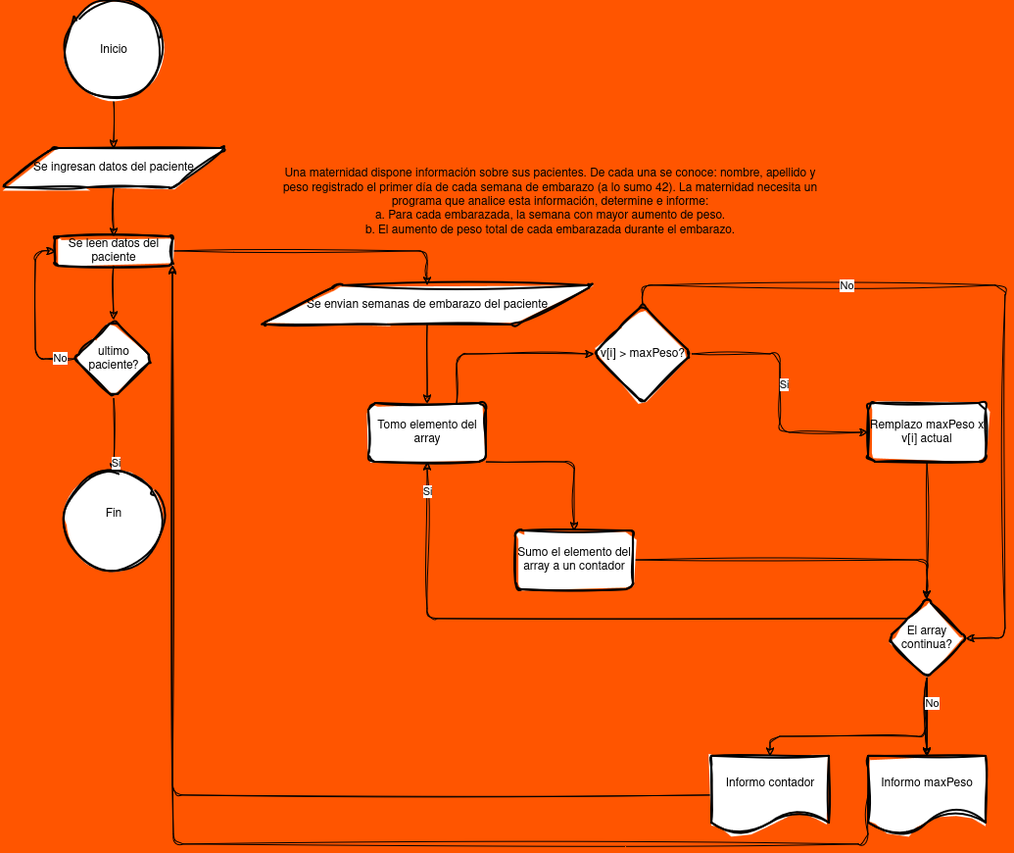
The draw.io diagram primero/CADP/Ejercicio4/diagrama.png in FrancoBanis/facultadInformatica-unlp, before a commit. Source tidied: cells renumbered, new cells last; positions are measured from the earlier drawing's top-left corner, leaving out a move shared by most shapes.
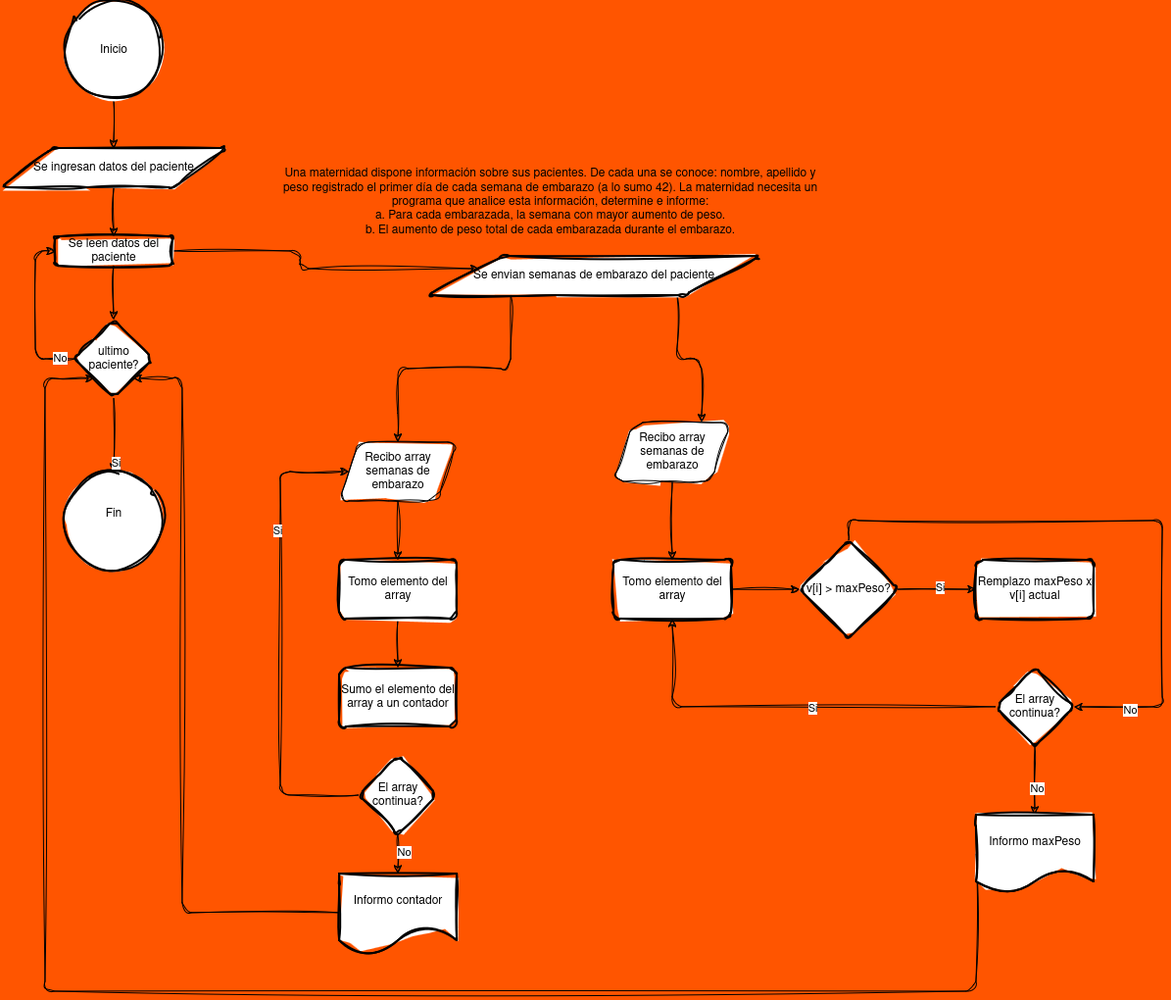
Later version of the same file.

The edit, as a diff of the source:
```diff
@@ -20,114 +20,15 @@
     <mxCell id="7" value="Se ingresan datos del paciente" style="shape=parallelogram;html=1;strokeWidth=2;perimeter=parallelogramPerimeter;whiteSpace=wrap;rounded=1;arcSize=12;size=0.23;sketch=1;curveFitting=1;jiggle=2;" parent="1" vertex="1">
       <mxGeometry y="150" width="230" height="40" as="geometry" />
     </mxCell>
+    <mxCell id="9" style="edgeStyle=orthogonalEdgeStyle;rounded=1;jettySize=auto;html=1;sketch=1;curveFitting=1;jiggle=2;" parent="1" edge="1" source="10" target="39">
+      <mxGeometry relative="1" as="geometry" />
+    </mxCell>
-    <mxCell id="8" style="edgeStyle=orthogonalEdgeStyle;rounded=1;jettySize=auto;html=1;entryX=0.5;entryY=0;entryDx=0;entryDy=0;sketch=1;curveFitting=1;jiggle=2;" parent="1" edge="1" source="10" target="12">
+    <mxCell id="8" style="edgeStyle=orthogonalEdgeStyle;rounded=1;sketch=1;hachureGap=4;jiggle=2;curveFitting=1;jettySize=auto;html=1;exitX=1;exitY=0.5;exitDx=0;exitDy=0;entryX=0;entryY=0.25;entryDx=0;entryDy=0;" parent="1" edge="1" source="10" target="12">
       <mxGeometry relative="1" as="geometry" />
     </mxCell>
-    <mxCell id="9" style="edgeStyle=orthogonalEdgeStyle;rounded=1;jettySize=auto;html=1;sketch=1;curveFitting=1;jiggle=2;" parent="1" edge="1" source="10" target="39">
-      <mxGeometry relative="1" as="geometry" />
-    </mxCell>
     <mxCell id="10" value="Se leen datos del paciente" style="whiteSpace=wrap;html=1;strokeWidth=2;rounded=1;arcSize=12;sketch=1;curveFitting=1;jiggle=2;" parent="1" vertex="1">
       <mxGeometry x="55" y="240" width="120" height="30" as="geometry" />
     </mxCell>
-    <mxCell id="11" style="edgeStyle=orthogonalEdgeStyle;rounded=1;jettySize=auto;html=1;sketch=1;curveFitting=1;jiggle=2;" parent="1" edge="1" source="12" target="15">
-      <mxGeometry relative="1" as="geometry" />
-    </mxCell>
-    <mxCell id="12" value="Se envian semanas de embarazo del paciente" style="shape=parallelogram;html=1;strokeWidth=2;perimeter=parallelogramPerimeter;whiteSpace=wrap;rounded=1;arcSize=12;size=0.23;sketch=1;curveFitting=1;jiggle=2;" parent="1" vertex="1">
-      <mxGeometry x="265" y="290" width="340" height="40" as="geometry" />
-    </mxCell>
-    <mxCell id="13" style="edgeStyle=orthogonalEdgeStyle;rounded=1;jettySize=auto;html=1;exitX=0.75;exitY=0;exitDx=0;exitDy=0;sketch=1;curveFitting=1;jiggle=2;" parent="1" edge="1" source="15" target="20">
-      <mxGeometry relative="1" as="geometry" />
-    </mxCell>
-    <mxCell id="14" style="edgeStyle=orthogonalEdgeStyle;rounded=1;jettySize=auto;html=1;sketch=1;curveFitting=1;jiggle=2;" parent="1" edge="1" source="15" target="32">
-      <mxGeometry relative="1" as="geometry">
-        <Array as="points">
-          <mxPoint x="585" y="470" />
-        </Array>
-      </mxGeometry>
-    </mxCell>
-    <mxCell id="15" value="Tomo elemento del array" style="whiteSpace=wrap;html=1;strokeWidth=2;rounded=1;arcSize=12;sketch=1;curveFitting=1;jiggle=2;" parent="1" vertex="1">
-      <mxGeometry x="375" y="410" width="120" height="60" as="geometry" />
-    </mxCell>
-    <mxCell id="16" style="edgeStyle=orthogonalEdgeStyle;rounded=1;jettySize=auto;html=1;sketch=1;curveFitting=1;jiggle=2;" parent="1" edge="1" source="20" target="22">
-      <mxGeometry relative="1" as="geometry" />
-    </mxCell>
-    <mxCell id="17" value="Si" style="edgeLabel;html=1;align=center;verticalAlign=middle;sketch=1;curveFitting=1;jiggle=2;rounded=1;" parent="16" vertex="1">
-      <mxGeometry x="-0.08" y="3" relative="1" as="geometry" />
-    </mxCell>
-    <mxCell id="18" style="edgeStyle=orthogonalEdgeStyle;rounded=1;jettySize=auto;html=1;exitX=0.5;exitY=0;exitDx=0;exitDy=0;entryX=1;entryY=0.5;entryDx=0;entryDy=0;sketch=1;curveFitting=1;jiggle=2;" parent="1" edge="1" source="20" target="30">
-      <mxGeometry relative="1" as="geometry">
-        <Array as="points">
-          <mxPoint x="655" y="290" />
-          <mxPoint x="1025" y="290" />
-          <mxPoint x="1025" y="650" />
-        </Array>
-      </mxGeometry>
-    </mxCell>
-    <mxCell id="19" value="No" style="edgeLabel;html=1;align=center;verticalAlign=middle;sketch=1;curveFitting=1;jiggle=2;rounded=1;" parent="18" vertex="1">
-      <mxGeometry x="-0.43" y="1" relative="1" as="geometry" />
-    </mxCell>
-    <mxCell id="20" value="v[i] &amp;gt; maxPeso?" style="rhombus;whiteSpace=wrap;html=1;strokeWidth=2;rounded=1;arcSize=12;sketch=1;curveFitting=1;jiggle=2;" parent="1" vertex="1">
-      <mxGeometry x="605" y="310" width="100" height="100" as="geometry" />
-    </mxCell>
-    <mxCell id="21" style="edgeStyle=orthogonalEdgeStyle;rounded=1;jettySize=auto;html=1;sketch=1;curveFitting=1;jiggle=2;" parent="1" edge="1" source="22" target="30">
-      <mxGeometry relative="1" as="geometry" />
-    </mxCell>
-    <mxCell id="22" value="Remplazo maxPeso x v[i] actual" style="whiteSpace=wrap;html=1;strokeWidth=2;rounded=1;arcSize=12;sketch=1;curveFitting=1;jiggle=2;" parent="1" vertex="1">
-      <mxGeometry x="885" y="410" width="120" height="60" as="geometry" />
-    </mxCell>
-    <mxCell id="23" style="edgeStyle=orthogonalEdgeStyle;rounded=1;jettySize=auto;html=1;exitX=0;exitY=0;exitDx=0;exitDy=0;entryX=0.5;entryY=1;entryDx=0;entryDy=0;sketch=1;curveFitting=1;jiggle=2;" parent="1" edge="1" source="30" target="15">
-      <mxGeometry relative="1" as="geometry" />
-    </mxCell>
-    <mxCell id="24" value="Si" style="edgeLabel;html=1;align=center;verticalAlign=middle;sketch=1;curveFitting=1;jiggle=2;rounded=1;" parent="23" vertex="1">
-      <mxGeometry x="0.91" y="1" relative="1" as="geometry" />
-    </mxCell>
-    <mxCell id="25" style="edgeStyle=orthogonalEdgeStyle;rounded=1;jettySize=auto;html=1;sketch=1;curveFitting=1;jiggle=2;" parent="1" edge="1" source="30" target="34">
-      <mxGeometry relative="1" as="geometry" />
-    </mxCell>
-    <mxCell id="26" style="edgeStyle=orthogonalEdgeStyle;rounded=1;jettySize=auto;html=1;sketch=1;curveFitting=1;jiggle=2;" parent="1" edge="1" source="30" target="34">
-      <mxGeometry relative="1" as="geometry" />
-    </mxCell>
-    <mxCell id="27" style="edgeStyle=orthogonalEdgeStyle;rounded=1;jettySize=auto;html=1;sketch=1;curveFitting=1;jiggle=2;" parent="1" edge="1" source="30" target="34">
-      <mxGeometry relative="1" as="geometry" />
-    </mxCell>
-    <mxCell id="28" style="edgeStyle=orthogonalEdgeStyle;rounded=1;jettySize=auto;html=1;sketch=1;curveFitting=1;jiggle=2;" parent="1" edge="1" source="30" target="36">
-      <mxGeometry relative="1" as="geometry">
-        <Array as="points">
-          <mxPoint x="945" y="750" />
-          <mxPoint x="785" y="750" />
-        </Array>
-      </mxGeometry>
-    </mxCell>
-    <mxCell id="29" value="No" style="edgeLabel;html=1;align=center;verticalAlign=middle;sketch=1;curveFitting=1;jiggle=2;rounded=1;" parent="28" vertex="1">
-      <mxGeometry x="-0.79" y="4" relative="1" as="geometry" />
-    </mxCell>
-    <mxCell id="30" value="El array continua?" style="rhombus;whiteSpace=wrap;html=1;strokeWidth=2;rounded=1;arcSize=12;sketch=1;curveFitting=1;jiggle=2;" parent="1" vertex="1">
-      <mxGeometry x="905" y="610" width="80" height="80" as="geometry" />
-    </mxCell>
-    <mxCell id="31" style="edgeStyle=orthogonalEdgeStyle;rounded=1;jettySize=auto;html=1;exitX=1;exitY=0.5;exitDx=0;exitDy=0;entryX=0.5;entryY=0;entryDx=0;entryDy=0;sketch=1;curveFitting=1;jiggle=2;" parent="1" edge="1" source="32" target="30">
-      <mxGeometry relative="1" as="geometry" />
-    </mxCell>
-    <mxCell id="32" value="Sumo el elemento del array a un contador" style="whiteSpace=wrap;html=1;strokeWidth=2;rounded=1;arcSize=12;sketch=1;curveFitting=1;jiggle=2;" parent="1" vertex="1">
-      <mxGeometry x="525" y="540" width="120" height="60" as="geometry" />
-    </mxCell>
-    <mxCell id="33" style="edgeStyle=orthogonalEdgeStyle;rounded=1;jettySize=auto;html=1;exitX=0;exitY=0.5;exitDx=0;exitDy=0;sketch=1;curveFitting=1;jiggle=2;" parent="1" edge="1" source="34">
-      <mxGeometry relative="1" as="geometry">
-        <mxPoint x="175" y="270" as="targetPoint" />
-        <Array as="points">
-          <mxPoint x="885" y="860" />
-          <mxPoint x="176" y="860" />
-        </Array>
-      </mxGeometry>
-    </mxCell>
-    <mxCell id="34" value="Informo maxPeso" style="shape=document;whiteSpace=wrap;html=1;boundedLbl=1;strokeWidth=2;rounded=1;arcSize=12;sketch=1;curveFitting=1;jiggle=2;" parent="1" vertex="1">
-      <mxGeometry x="885" y="770" width="120" height="80" as="geometry" />
-    </mxCell>
-    <mxCell id="35" style="edgeStyle=orthogonalEdgeStyle;rounded=1;jettySize=auto;html=1;exitX=0;exitY=0.5;exitDx=0;exitDy=0;entryX=1;entryY=1;entryDx=0;entryDy=0;sketch=1;curveFitting=1;jiggle=2;" parent="1" edge="1" source="36" target="10">
-      <mxGeometry relative="1" as="geometry" />
-    </mxCell>
-    <mxCell id="36" value="Informo contador" style="shape=document;whiteSpace=wrap;html=1;boundedLbl=1;strokeWidth=2;rounded=1;arcSize=12;sketch=1;curveFitting=1;jiggle=2;" parent="1" vertex="1">
-      <mxGeometry x="725" y="770" width="120" height="80" as="geometry" />
-    </mxCell>
     <mxCell id="37" style="edgeStyle=orthogonalEdgeStyle;rounded=1;jettySize=auto;html=1;exitX=0;exitY=0.5;exitDx=0;exitDy=0;entryX=0;entryY=0.5;entryDx=0;entryDy=0;sketch=1;curveFitting=1;jiggle=2;" parent="1" edge="1" source="39" target="10">
       <mxGeometry relative="1" as="geometry" />
     </mxCell>
@@ -143,5 +44,123 @@
     <mxCell id="41" value="Si" style="edgeLabel;html=1;align=center;verticalAlign=middle;sketch=1;curveFitting=1;jiggle=2;rounded=1;" parent="40" vertex="1">
       <mxGeometry x="0.74" y="1" relative="1" as="geometry" />
     </mxCell>
+    <mxCell id="42" style="edgeStyle=orthogonalEdgeStyle;rounded=1;sketch=1;hachureGap=4;jiggle=2;curveFitting=1;jettySize=auto;html=1;exitX=0.25;exitY=1;exitDx=0;exitDy=0;entryX=0.5;entryY=0;entryDx=0;entryDy=0;" parent="1" edge="1" source="12" target="47">
+      <mxGeometry relative="1" as="geometry" />
+    </mxCell>
+    <mxCell id="43" style="edgeStyle=orthogonalEdgeStyle;rounded=1;sketch=1;hachureGap=4;jiggle=2;curveFitting=1;jettySize=auto;html=1;exitX=0.75;exitY=1;exitDx=0;exitDy=0;entryX=0.75;entryY=0;entryDx=0;entryDy=0;" parent="1" edge="1" source="12" target="45">
+      <mxGeometry relative="1" as="geometry" />
+    </mxCell>
+    <mxCell id="12" value="Se envian semanas de embarazo del paciente" style="shape=parallelogram;html=1;strokeWidth=2;perimeter=parallelogramPerimeter;whiteSpace=wrap;rounded=1;arcSize=12;size=0.23;sketch=1;curveFitting=1;jiggle=2;" parent="1" vertex="1">
+      <mxGeometry x="435" y="260" width="340" height="40" as="geometry" />
+    </mxCell>
+    <mxCell id="44" style="edgeStyle=orthogonalEdgeStyle;rounded=1;sketch=1;hachureGap=4;jiggle=2;curveFitting=1;jettySize=auto;html=1;" parent="1" edge="1" source="45" target="58">
+      <mxGeometry relative="1" as="geometry" />
+    </mxCell>
+    <mxCell id="45" value="Recibo array semanas de embarazo" style="shape=parallelogram;perimeter=parallelogramPerimeter;whiteSpace=wrap;html=1;fixedSize=1;rounded=1;sketch=1;hachureGap=4;jiggle=2;curveFitting=1;" parent="1" vertex="1">
+      <mxGeometry x="625" y="430" width="120" height="60" as="geometry" />
+    </mxCell>
+    <mxCell id="46" style="edgeStyle=orthogonalEdgeStyle;rounded=1;sketch=1;hachureGap=4;jiggle=2;curveFitting=1;jettySize=auto;html=1;" parent="1" edge="1" source="47" target="60">
+      <mxGeometry relative="1" as="geometry" />
+    </mxCell>
+    <mxCell id="47" value="Recibo array semanas de embarazo" style="shape=parallelogram;perimeter=parallelogramPerimeter;whiteSpace=wrap;html=1;fixedSize=1;rounded=1;sketch=1;hachureGap=4;jiggle=2;curveFitting=1;" parent="1" vertex="1">
+      <mxGeometry x="345" y="450" width="120" height="60" as="geometry" />
+    </mxCell>
+    <mxCell id="16" style="edgeStyle=orthogonalEdgeStyle;rounded=1;sketch=1;hachureGap=4;jiggle=2;curveFitting=1;jettySize=auto;html=1;" parent="1" edge="1" source="20" target="22">
+      <mxGeometry relative="1" as="geometry" />
+    </mxCell>
+    <mxCell id="48" value="Si" style="edgeLabel;html=1;align=center;verticalAlign=middle;rounded=1;sketch=1;hachureGap=4;jiggle=2;curveFitting=1;" parent="16" vertex="1">
+      <mxGeometry x="0.05" y="3" relative="1" as="geometry" />
+    </mxCell>
+    <mxCell id="49" style="edgeStyle=orthogonalEdgeStyle;rounded=1;sketch=1;hachureGap=4;jiggle=2;curveFitting=1;jettySize=auto;html=1;exitX=0.5;exitY=0;exitDx=0;exitDy=0;entryX=1;entryY=0.5;entryDx=0;entryDy=0;" parent="1" edge="1" source="20" target="55">
+      <mxGeometry relative="1" as="geometry">
+        <Array as="points">
+          <mxPoint x="865" y="530" />
+          <mxPoint x="1185" y="530" />
+          <mxPoint x="1185" y="720" />
+        </Array>
+      </mxGeometry>
+    </mxCell>
+    <mxCell id="50" value="No" style="edgeLabel;html=1;align=center;verticalAlign=middle;rounded=1;sketch=1;hachureGap=4;jiggle=2;curveFitting=1;" parent="49" vertex="1">
+      <mxGeometry x="0.82" y="2" relative="1" as="geometry" />
+    </mxCell>
+    <mxCell id="20" value="v[i] &amp;gt; maxPeso?" style="rhombus;whiteSpace=wrap;html=1;strokeWidth=2;rounded=1;arcSize=12;sketch=1;curveFitting=1;jiggle=2;" parent="1" vertex="1">
+      <mxGeometry x="815" y="550" width="100" height="100" as="geometry" />
+    </mxCell>
+    <mxCell id="22" value="Remplazo maxPeso x v[i] actual" style="whiteSpace=wrap;html=1;strokeWidth=2;rounded=1;arcSize=12;sketch=1;curveFitting=1;jiggle=2;" parent="1" vertex="1">
+      <mxGeometry x="995" y="570" width="120" height="60" as="geometry" />
+    </mxCell>
+    <mxCell id="51" style="edgeStyle=orthogonalEdgeStyle;rounded=1;sketch=1;hachureGap=4;jiggle=2;curveFitting=1;jettySize=auto;html=1;" parent="1" edge="1" source="55" target="34">
+      <mxGeometry relative="1" as="geometry" />
+    </mxCell>
+    <mxCell id="52" value="No" style="edgeLabel;html=1;align=center;verticalAlign=middle;rounded=1;sketch=1;hachureGap=4;jiggle=2;curveFitting=1;" parent="51" vertex="1">
+      <mxGeometry x="0.2" y="1" relative="1" as="geometry" />
+    </mxCell>
+    <mxCell id="53" style="edgeStyle=orthogonalEdgeStyle;rounded=1;sketch=1;hachureGap=4;jiggle=2;curveFitting=1;jettySize=auto;html=1;exitX=0;exitY=0.5;exitDx=0;exitDy=0;entryX=0.5;entryY=1;entryDx=0;entryDy=0;" parent="1" edge="1" source="55" target="58">
+      <mxGeometry relative="1" as="geometry" />
+    </mxCell>
+    <mxCell id="54" value="Si" style="edgeLabel;html=1;align=center;verticalAlign=middle;rounded=1;sketch=1;hachureGap=4;jiggle=2;curveFitting=1;" parent="53" vertex="1">
+      <mxGeometry x="-0.1" relative="1" as="geometry" />
+    </mxCell>
+    <mxCell id="55" value="El array continua?" style="rhombus;whiteSpace=wrap;html=1;strokeWidth=2;rounded=1;arcSize=12;sketch=1;curveFitting=1;jiggle=2;" parent="1" vertex="1">
+      <mxGeometry x="1015" y="680" width="80" height="80" as="geometry" />
+    </mxCell>
+    <mxCell id="56" style="edgeStyle=orthogonalEdgeStyle;rounded=1;sketch=1;hachureGap=4;jiggle=2;curveFitting=1;jettySize=auto;html=1;exitX=0;exitY=0.5;exitDx=0;exitDy=0;entryX=0;entryY=1;entryDx=0;entryDy=0;" parent="1" edge="1" source="34" target="39">
+      <mxGeometry relative="1" as="geometry">
+        <Array as="points">
+          <mxPoint x="995" y="1010" />
+          <mxPoint x="45" y="1010" />
+          <mxPoint x="45" y="385" />
+        </Array>
+      </mxGeometry>
+    </mxCell>
+    <mxCell id="34" value="Informo maxPeso" style="shape=document;whiteSpace=wrap;html=1;boundedLbl=1;strokeWidth=2;rounded=1;arcSize=12;sketch=1;curveFitting=1;jiggle=2;" parent="1" vertex="1">
+      <mxGeometry x="995" y="830" width="120" height="80" as="geometry" />
+    </mxCell>
+    <mxCell id="57" style="edgeStyle=orthogonalEdgeStyle;rounded=1;sketch=1;hachureGap=4;jiggle=2;curveFitting=1;jettySize=auto;html=1;" parent="1" edge="1" source="58" target="20">
+      <mxGeometry relative="1" as="geometry" />
+    </mxCell>
+    <mxCell id="58" value="Tomo elemento del array" style="whiteSpace=wrap;html=1;strokeWidth=2;rounded=1;arcSize=12;sketch=1;curveFitting=1;jiggle=2;" parent="1" vertex="1">
+      <mxGeometry x="625" y="570" width="120" height="60" as="geometry" />
+    </mxCell>
+    <mxCell id="59" style="edgeStyle=orthogonalEdgeStyle;rounded=1;sketch=1;hachureGap=4;jiggle=2;curveFitting=1;jettySize=auto;html=1;" parent="1" edge="1" source="60" target="32">
+      <mxGeometry relative="1" as="geometry" />
+    </mxCell>
+    <mxCell id="60" value="Tomo elemento del array" style="whiteSpace=wrap;html=1;strokeWidth=2;rounded=1;arcSize=12;sketch=1;curveFitting=1;jiggle=2;" parent="1" vertex="1">
+      <mxGeometry x="345" y="570" width="120" height="60" as="geometry" />
+    </mxCell>
+    <mxCell id="32" value="Sumo el elemento del array a un contador" style="whiteSpace=wrap;html=1;strokeWidth=2;rounded=1;arcSize=12;sketch=1;curveFitting=1;jiggle=2;" parent="1" vertex="1">
+      <mxGeometry x="345" y="680" width="120" height="60" as="geometry" />
+    </mxCell>
+    <mxCell id="61" style="edgeStyle=orthogonalEdgeStyle;rounded=1;sketch=1;hachureGap=4;jiggle=2;curveFitting=1;jettySize=auto;html=1;" parent="1" edge="1" source="65" target="36">
+      <mxGeometry relative="1" as="geometry" />
+    </mxCell>
+    <mxCell id="62" value="No" style="edgeLabel;html=1;align=center;verticalAlign=middle;rounded=1;sketch=1;hachureGap=4;jiggle=2;curveFitting=1;" parent="61" vertex="1">
+      <mxGeometry x="-0.15" y="5" relative="1" as="geometry" />
+    </mxCell>
+    <mxCell id="63" style="edgeStyle=orthogonalEdgeStyle;rounded=1;sketch=1;hachureGap=4;jiggle=2;curveFitting=1;jettySize=auto;html=1;exitX=0;exitY=0.5;exitDx=0;exitDy=0;entryX=0;entryY=0.5;entryDx=0;entryDy=0;" parent="1" edge="1" source="65" target="47">
+      <mxGeometry relative="1" as="geometry">
+        <Array as="points">
+          <mxPoint x="285" y="810" />
+          <mxPoint x="285" y="480" />
+        </Array>
+      </mxGeometry>
+    </mxCell>
+    <mxCell id="64" value="Si" style="edgeLabel;html=1;align=center;verticalAlign=middle;rounded=1;sketch=1;hachureGap=4;jiggle=2;curveFitting=1;" parent="63" vertex="1">
+      <mxGeometry x="0.46" y="4" relative="1" as="geometry" />
+    </mxCell>
+    <mxCell id="65" value="El array continua?" style="rhombus;whiteSpace=wrap;html=1;strokeWidth=2;rounded=1;arcSize=12;sketch=1;curveFitting=1;jiggle=2;" parent="1" vertex="1">
+      <mxGeometry x="365" y="770" width="80" height="80" as="geometry" />
+    </mxCell>
+    <mxCell id="66" style="edgeStyle=orthogonalEdgeStyle;rounded=1;sketch=1;hachureGap=4;jiggle=2;curveFitting=1;jettySize=auto;html=1;entryX=1;entryY=1;entryDx=0;entryDy=0;" parent="1" edge="1" source="36" target="39">
+      <mxGeometry relative="1" as="geometry">
+        <Array as="points">
+          <mxPoint x="185" y="930" />
+          <mxPoint x="185" y="385" />
+        </Array>
+      </mxGeometry>
+    </mxCell>
+    <mxCell id="36" value="Informo contador" style="shape=document;whiteSpace=wrap;html=1;boundedLbl=1;strokeWidth=2;rounded=1;arcSize=12;sketch=1;curveFitting=1;jiggle=2;" parent="1" vertex="1">
+      <mxGeometry x="345" y="890" width="120" height="80" as="geometry" />
+    </mxCell>
   </root>
 </mxGraphModel>
```
